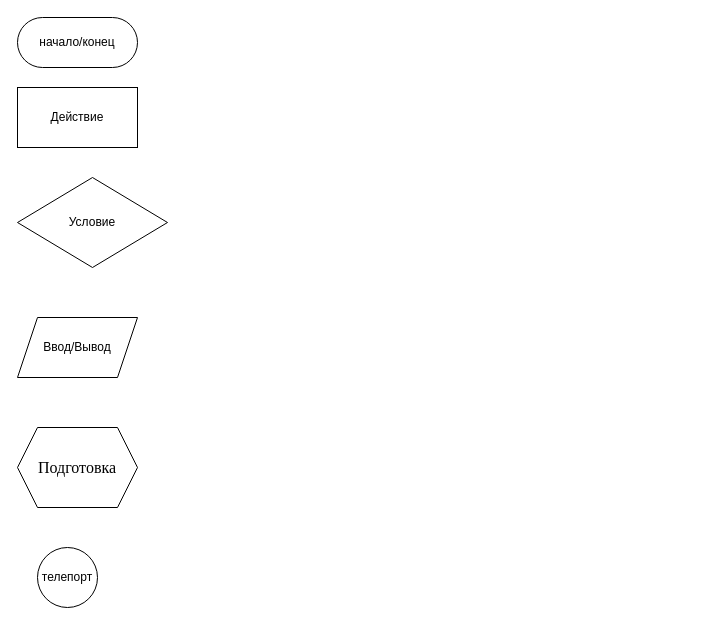
This is Untitled Diagram.drawio from Keyrune/TileMap, a draw.io file, before an edit. Source tidied: cells renumbered, new cells numbered last; positions are measured from the earlier drawing's top-left corner, leaving out a move shared by most shapes. Both pictures are drawn from the tidied source at 100%, with x=0, y=0 at pixel (17, 17).
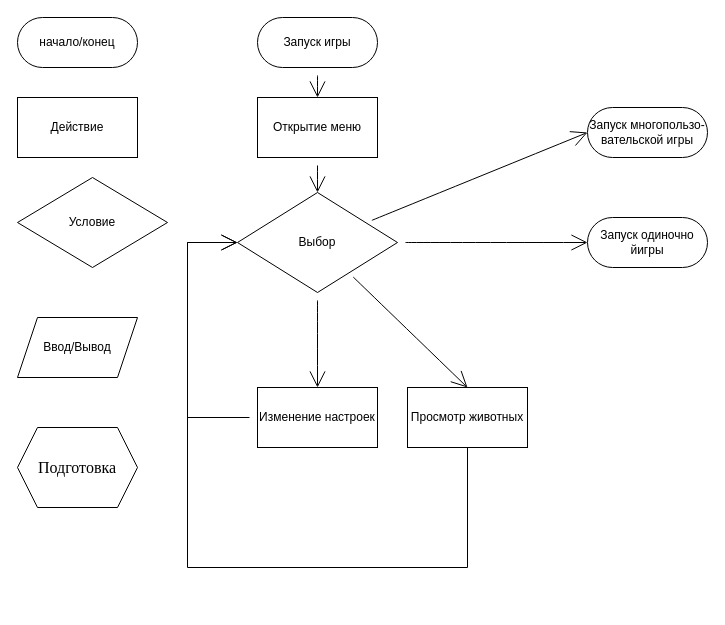
The same diagram, later.

What changed in the source:
```diff
@@
+    <mxCell id="8" style="edgeStyle=none;rounded=0;sketch=0;jettySize=auto;html=1;entryX=0;entryY=0.5;entryDx=0;entryDy=0;fontColor=default;endArrow=open;startSize=14;endSize=14;sourcePerimeterSpacing=8;targetPerimeterSpacing=8;" parent="1" edge="1" source="2" target="18">
+      <mxGeometry relative="1" as="geometry">
+        <Array as="points">
+          <mxPoint x="170" y="400" />
+          <mxPoint x="170" y="225" />
+        </Array>
+      </mxGeometry>
+    </mxCell>
-    <mxCell id="2" value="Действие" style="rounded=0;whiteSpace=wrap;html=1;sketch=0;hachureGap=4;" parent="1" vertex="1">
-      <mxGeometry y="70" width="120" height="60" as="geometry" />
+    <mxCell id="2" value="Изменение настроек" style="rounded=0;whiteSpace=wrap;html=1;sketch=0;hachureGap=4;" parent="1" vertex="1">
+      <mxGeometry x="240" y="370" width="120" height="60" as="geometry" />
     </mxCell>
@@
-    <mxCell id="6" value="телепорт" style="ellipse;whiteSpace=wrap;html=1;rounded=0;sketch=0;hachureGap=4;" parent="1" vertex="1">
-      <mxGeometry x="20" y="530" width="60" height="60" as="geometry" />
-    </mxCell>
@@
+    <mxCell id="9" style="edgeStyle=none;curved=1;rounded=1;sketch=0;jettySize=auto;html=1;entryX=0.5;entryY=0;entryDx=0;entryDy=0;fontColor=default;endArrow=open;startSize=14;endSize=14;sourcePerimeterSpacing=8;targetPerimeterSpacing=8;" parent="1" edge="1" source="10" target="12">
+      <mxGeometry relative="1" as="geometry" />
+    </mxCell>
+    <mxCell id="10" value="Запуск игры" style="rounded=1;whiteSpace=wrap;html=1;sketch=0;hachureGap=4;arcSize=50;" parent="1" vertex="1">
+      <mxGeometry x="240" width="120" height="50" as="geometry" />
+    </mxCell>
+    <mxCell id="11" style="edgeStyle=none;curved=1;rounded=1;sketch=0;jettySize=auto;html=1;entryX=0.5;entryY=0;entryDx=0;entryDy=0;fontColor=default;endArrow=open;startSize=14;endSize=14;sourcePerimeterSpacing=8;targetPerimeterSpacing=8;" parent="1" edge="1" source="12" target="18">
+      <mxGeometry relative="1" as="geometry" />
+    </mxCell>
+    <mxCell id="12" value="Открытие меню" style="rounded=0;whiteSpace=wrap;html=1;sketch=0;hachureGap=4;" parent="1" vertex="1">
+      <mxGeometry x="240" y="80" width="120" height="60" as="geometry" />
+    </mxCell>
+    <mxCell id="13" value="Запуск многопользо-вательской игры" style="rounded=1;whiteSpace=wrap;html=1;sketch=0;hachureGap=4;arcSize=50;" parent="1" vertex="1">
+      <mxGeometry x="570" y="90" width="120" height="50" as="geometry" />
+    </mxCell>
+    <mxCell id="14" style="edgeStyle=none;curved=1;rounded=1;sketch=0;jettySize=auto;html=1;entryX=0;entryY=0.5;entryDx=0;entryDy=0;fontColor=default;endArrow=open;startSize=14;endSize=14;sourcePerimeterSpacing=8;targetPerimeterSpacing=8;" parent="1" edge="1" source="18" target="19">
+      <mxGeometry relative="1" as="geometry" />
+    </mxCell>
+    <mxCell id="15" style="edgeStyle=none;curved=1;rounded=1;sketch=0;jettySize=auto;html=1;entryX=0;entryY=0.5;entryDx=0;entryDy=0;fontColor=default;endArrow=open;startSize=14;endSize=14;sourcePerimeterSpacing=8;targetPerimeterSpacing=8;" parent="1" edge="1" source="18" target="13">
+      <mxGeometry relative="1" as="geometry" />
+    </mxCell>
+    <mxCell id="16" style="edgeStyle=none;curved=1;rounded=1;sketch=0;jettySize=auto;html=1;entryX=0.5;entryY=0;entryDx=0;entryDy=0;fontColor=default;endArrow=open;startSize=14;endSize=14;sourcePerimeterSpacing=8;targetPerimeterSpacing=8;" parent="1" edge="1" source="18" target="2">
+      <mxGeometry relative="1" as="geometry" />
+    </mxCell>
+    <mxCell id="17" style="edgeStyle=none;curved=1;rounded=1;sketch=0;jettySize=auto;html=1;entryX=0.5;entryY=0;entryDx=0;entryDy=0;fontColor=default;endArrow=open;startSize=14;endSize=14;sourcePerimeterSpacing=8;targetPerimeterSpacing=8;" parent="1" edge="1" source="18" target="22">
+      <mxGeometry relative="1" as="geometry" />
+    </mxCell>
+    <mxCell id="18" value="Выбор" style="rhombus;whiteSpace=wrap;html=1;rounded=0;sketch=0;hachureGap=4;" parent="1" vertex="1">
+      <mxGeometry x="220" y="175" width="160" height="100" as="geometry" />
+    </mxCell>
+    <mxCell id="19" value="Запуск одиночно йигры" style="rounded=1;whiteSpace=wrap;html=1;sketch=0;hachureGap=4;arcSize=50;" parent="1" vertex="1">
+      <mxGeometry x="570" y="200" width="120" height="50" as="geometry" />
+    </mxCell>
+    <mxCell id="20" value="Действие" style="rounded=0;whiteSpace=wrap;html=1;sketch=0;hachureGap=4;" parent="1" vertex="1">
+      <mxGeometry y="80" width="120" height="60" as="geometry" />
+    </mxCell>
+    <mxCell id="21" style="edgeStyle=none;rounded=0;sketch=0;jettySize=auto;html=1;entryX=0;entryY=0.5;entryDx=0;entryDy=0;fontColor=default;endArrow=open;startSize=14;endSize=14;sourcePerimeterSpacing=8;targetPerimeterSpacing=8;exitX=0.5;exitY=1;exitDx=0;exitDy=0;" parent="1" edge="1" source="22" target="18">
+      <mxGeometry relative="1" as="geometry">
+        <Array as="points">
+          <mxPoint x="450" y="550" />
+          <mxPoint x="170" y="550" />
+          <mxPoint x="170" y="225" />
+        </Array>
+      </mxGeometry>
+    </mxCell>
+    <mxCell id="22" value="Просмотр животных" style="rounded=0;whiteSpace=wrap;html=1;sketch=0;hachureGap=4;" parent="1" vertex="1">
+      <mxGeometry x="390" y="370" width="120" height="60" as="geometry" />
+    </mxCell>
```
